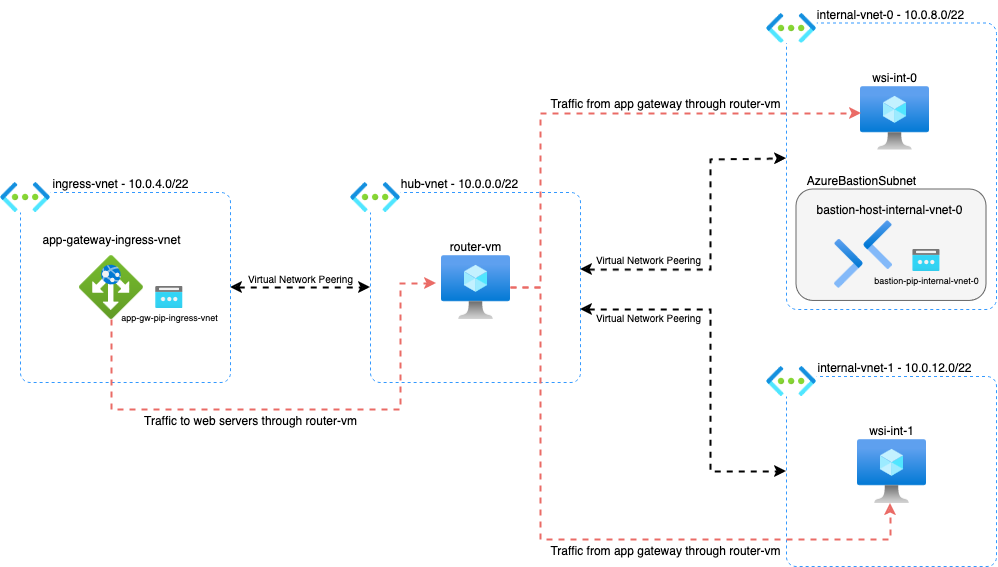
This is diagrams/Azure-Hub-And-Spoke.drawio.png from mondas-mania/az-hub-n-spoke-vm, a draw.io export, as it was before one commit. Source tidied: cells renumbered, new cells last; positions are measured from the earlier drawing's top-left corner, leaving out a move shared by most shapes.
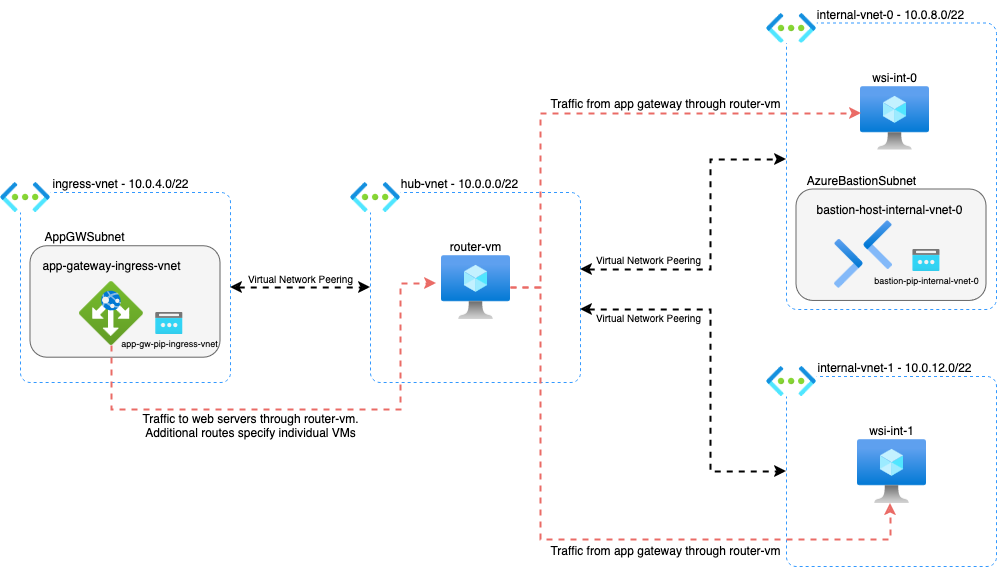
The same diagram one commit later.

Commit message:
Adding path based routing; adds appgw subnet; updates diagrams

Diff of the diagram source:
```diff
@@ -2,6 +2,9 @@
   <root>
     <mxCell id="0" />
     <mxCell id="1" parent="0" />
+    <mxCell id="15" style="rounded=1;whiteSpace=wrap;html=1;dashed=1;strokeColor=#3399FF;arcSize=5;" parent="1" vertex="1">
+      <mxGeometry x="20" y="193" width="210" height="190" as="geometry" />
+    </mxCell>
     <mxCell id="2" style="group;" parent="1" vertex="1">
       <mxGeometry x="350" y="170" width="230" height="213" as="geometry" />
     </mxCell>
@@ -20,6 +23,9 @@
     <mxCell id="7" value="hub-vnet - 10.0.0.0/22" style="text;html=1;align=center;verticalAlign=middle;strokeColor=none;fillColor=none;" parent="2" vertex="1">
       <mxGeometry x="39" width="140" height="30" as="geometry" />
     </mxCell>
+    <mxCell id="49" value="AppGWSubnet" style="text;html=1;align=center;verticalAlign=middle;strokeColor=none;fillColor=none;" parent="2" vertex="1">
+      <mxGeometry x="-316" y="53" width="100" height="30" as="geometry" />
+    </mxCell>
     <mxCell id="8" style="group;" parent="1" vertex="1">
       <mxGeometry x="766" y="354" width="230" height="213" as="geometry" />
     </mxCell>
@@ -43,9 +49,9 @@
         <mxPoint x="370" y="288" as="targetPoint" />
       </mxGeometry>
     </mxCell>
-    <mxCell id="15" style="rounded=1;whiteSpace=wrap;html=1;dashed=1;strokeColor=#3399FF;arcSize=5;" parent="1" vertex="1">
-      <mxGeometry x="20" y="193" width="210" height="190" as="geometry" />
-    </mxCell>
+    <mxCell id="50" style="rounded=1;whiteSpace=wrap;html=1;fillColor=#f5f5f5;fontColor=#333333;strokeColor=#666666;" parent="1" vertex="1">
+      <mxGeometry x="30" y="246.8" width="190" height="111.4" as="geometry" />
+    </mxCell>
     <mxCell id="16" style="image;html=1;align=center;fontSize=12;image=img/lib/azure2/networking/Virtual_Networks.svg;imageBackground=default;" parent="1" vertex="1">
       <mxGeometry y="183" width="50.2" height="30" as="geometry" />
     </mxCell>
@@ -53,13 +59,13 @@
       <mxGeometry x="40" y="170" width="160" height="30" as="geometry" />
     </mxCell>
     <mxCell id="18" style="image;html=1;points=[];align=center;fontSize=12;image=img/lib/azure2/networking/Application_Gateways.svg;" parent="1" vertex="1">
-      <mxGeometry x="79" y="256" width="64" height="64" as="geometry" />
+      <mxGeometry x="79" y="282" width="64" height="64" as="geometry" />
     </mxCell>
     <mxCell id="19" value="app-gateway-ingress-vnet" style="text;html=1;align=center;verticalAlign=middle;strokeColor=none;fillColor=none;" parent="1" vertex="1">
-      <mxGeometry x="31" y="226" width="160" height="30" as="geometry" />
+      <mxGeometry x="31" y="252" width="160" height="30" as="geometry" />
     </mxCell>
     <mxCell id="20" style="group;" parent="1" vertex="1">
-      <mxGeometry x="108.8" y="287" width="120" height="42" as="geometry" />
+      <mxGeometry x="108.8" y="313" width="120" height="42" as="geometry" />
     </mxCell>
     <mxCell id="21" style="image;html=1;align=center;fontSize=12;image=img/lib/azure2/networking/Public_IP_Addresses.svg;" parent="20" vertex="1">
       <mxGeometry x="46.2" width="27.5" height="22" as="geometry" />
@@ -101,8 +107,8 @@
         </Array>
       </mxGeometry>
     </mxCell>
-    <mxCell id="28" value="Traffic to web servers through router-vm" style="text;html=1;align=center;verticalAlign=middle;strokeColor=none;fillColor=none;" parent="1" vertex="1">
-      <mxGeometry x="130" y="407" width="240" height="30" as="geometry" />
+    <mxCell id="28" value="Traffic to web servers through router-vm.&lt;br&gt;Additional routes specify individual VMs" style="text;html=1;align=center;verticalAlign=middle;strokeColor=none;fillColor=none;" parent="1" vertex="1">
+      <mxGeometry x="130" y="407" width="240" height="40" as="geometry" />
     </mxCell>
     <mxCell id="29" style="edgeStyle=orthogonalEdgeStyle;rounded=0;jettySize=auto;html=1;strokeColor=#EA6B66;dashed=1;strokeWidth=2;" parent="1" edge="1" source="5" target="11">
       <mxGeometry relative="1" as="geometry">
```
